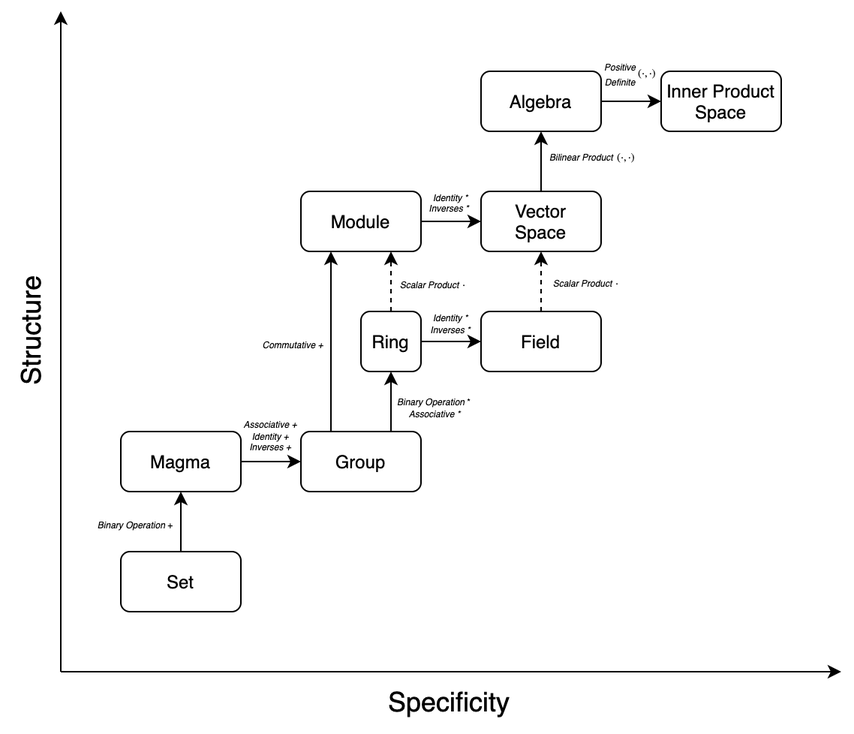
JWKennington/JWKennington.github.io keeps this draw.io diagram as content/images/algebra-ladder.png. Above is the earlier version. Source tidied: cells renumbered, new cells last; positions are measured from the earlier drawing's top-left corner, leaving out a move shared by most shapes.
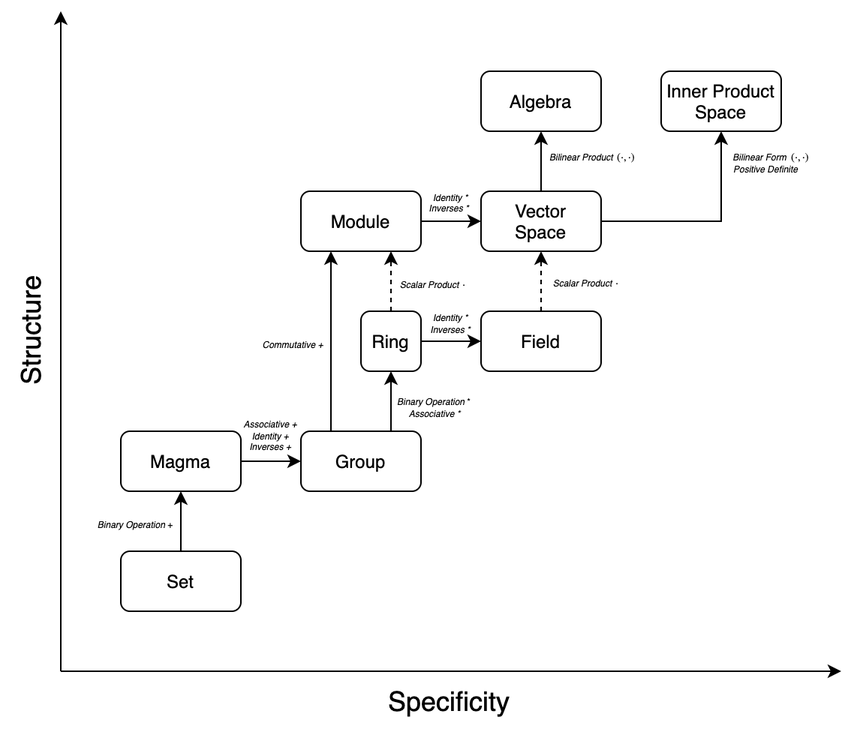
After the commit.

What changed in the source:
```diff
@@ -52,12 +52,12 @@
     <mxCell id="16" style="edgeStyle=orthogonalEdgeStyle;rounded=0;jettySize=auto;html=1;exitX=0.5;exitY=0;exitDx=0;exitDy=0;entryX=0.5;entryY=1;entryDx=0;entryDy=0;" parent="1" edge="1" source="17" target="19">
       <mxGeometry relative="1" as="geometry" />
     </mxCell>
+    <mxCell id="45" style="edgeStyle=orthogonalEdgeStyle;rounded=0;jettySize=auto;html=1;exitX=1;exitY=0.5;exitDx=0;exitDy=0;entryX=0.5;entryY=1;entryDx=0;entryDy=0;" parent="1" edge="1" source="17" target="20">
+      <mxGeometry relative="1" as="geometry" />
+    </mxCell>
     <mxCell id="17" value="Vector&lt;br&gt;Space" style="rounded=1;whiteSpace=wrap;html=1;fillColor=none;" parent="1" vertex="1">
       <mxGeometry x="360" y="120" width="80" height="40" as="geometry" />
     </mxCell>
-    <mxCell id="18" style="edgeStyle=orthogonalEdgeStyle;rounded=0;jettySize=auto;html=1;exitX=1;exitY=0.5;exitDx=0;exitDy=0;entryX=0;entryY=0.5;entryDx=0;entryDy=0;" parent="1" edge="1" source="19" target="20">
-      <mxGeometry relative="1" as="geometry" />
-    </mxCell>
     <mxCell id="19" value="Algebra" style="rounded=1;whiteSpace=wrap;html=1;fillColor=none;" parent="1" vertex="1">
       <mxGeometry x="360" y="40" width="80" height="40" as="geometry" />
     </mxCell>
@@ -133,14 +133,14 @@
     <mxCell id="41" value="&lt;font style=&quot;font-size: 6px&quot;&gt;&lt;i&gt;$$(\cdot, \cdot)$$&lt;br&gt;&lt;/i&gt;&lt;/font&gt;" style="text;html=1;strokeColor=none;fillColor=none;align=center;verticalAlign=middle;whiteSpace=wrap;rounded=0;" parent="1" vertex="1">
       <mxGeometry x="432" y="99" width="50" height="10" as="geometry" />
     </mxCell>
-    <mxCell id="42" value="&lt;font style=&quot;font-size: 6px&quot;&gt;&lt;i&gt;Positive&lt;br&gt;&lt;/i&gt;&lt;/font&gt;" style="text;html=1;strokeColor=none;fillColor=none;align=center;verticalAlign=middle;whiteSpace=wrap;rounded=0;" parent="1" vertex="1">
-      <mxGeometry x="438" y="30" width="30" height="10" as="geometry" />
+    <mxCell id="42" value="&lt;font style=&quot;font-size: 6px&quot;&gt;&lt;i&gt;Positive Definite&lt;br&gt;&lt;/i&gt;&lt;/font&gt;" style="text;html=1;strokeColor=none;fillColor=none;align=center;verticalAlign=middle;whiteSpace=wrap;rounded=0;" parent="1" vertex="1">
+      <mxGeometry x="525" y="98" width="50" height="10" as="geometry" />
     </mxCell>
-    <mxCell id="43" value="&lt;font style=&quot;font-size: 6px&quot;&gt;&lt;i&gt;Definite&lt;br&gt;&lt;/i&gt;&lt;/font&gt;" style="text;html=1;strokeColor=none;fillColor=none;align=center;verticalAlign=middle;whiteSpace=wrap;rounded=0;" parent="1" vertex="1">
-      <mxGeometry x="438" y="40" width="30" height="10" as="geometry" />
-    </mxCell>
+    <mxCell id="46" value="&lt;font style=&quot;font-size: 6px&quot;&gt;&lt;i&gt;Bilinear Form&lt;br&gt;&lt;/i&gt;&lt;/font&gt;" style="text;html=1;strokeColor=none;fillColor=none;align=center;verticalAlign=middle;whiteSpace=wrap;rounded=0;" parent="1" vertex="1">
+      <mxGeometry x="526" y="90" width="40" height="10" as="geometry" />
+    </mxCell>
     <mxCell id="44" value="&lt;font style=&quot;font-size: 6px&quot;&gt;&lt;i&gt;$$(\cdot, \cdot)$$&lt;br&gt;&lt;/i&gt;&lt;/font&gt;" style="text;html=1;strokeColor=none;fillColor=none;align=center;verticalAlign=middle;whiteSpace=wrap;rounded=0;" parent="1" vertex="1">
-      <mxGeometry x="446" y="43" width="50" height="10" as="geometry" />
+      <mxGeometry x="548" y="99" width="50" height="10" as="geometry" />
     </mxCell>
   </root>
 </mxGraphModel>
```
